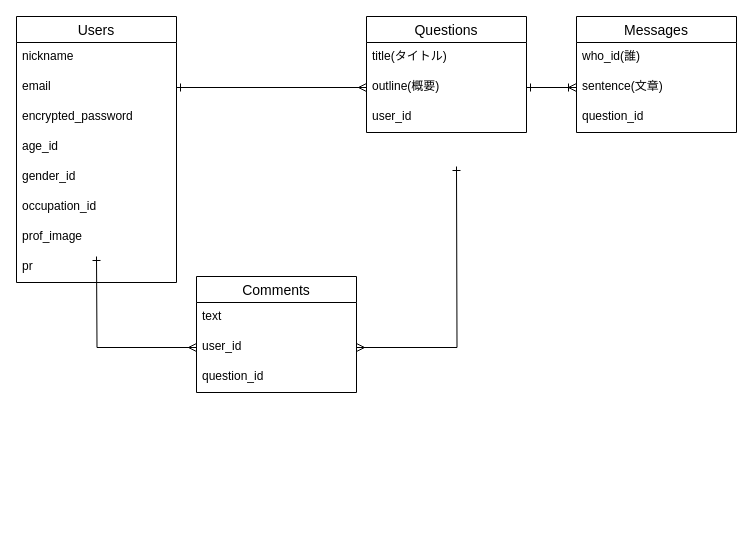
Above: er.dio in hiroaki-inori/original-app (draw.io), before the change. Source tidied: cells renumbered, new cells numbered last; positions are measured from the earlier drawing's top-left corner, leaving out a move shared by most shapes. Both pictures are drawn from the tidied source at 100%, with x=0, y=0 at pixel (16, 16).
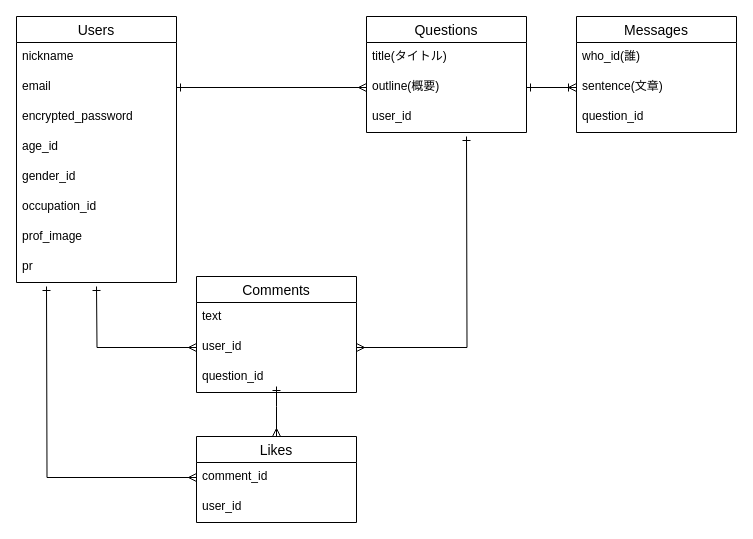
After the change.

Unchanged cells that the change refers to:
```xml
<mxCell id="4" value="user_id" style="text;strokeColor=none;fillColor=none;spacingLeft=4;spacingRight=4;overflow=hidden;points=[[0,0.5],[1,0.5]];portConstraint=eastwest;fontSize=12;" parent="2" vertex="1">
  <mxGeometry y="56" width="160" height="30" as="geometry" />
</mxCell>
<mxCell id="5" value="question_id" style="text;strokeColor=none;fillColor=none;spacingLeft=4;spacingRight=4;overflow=hidden;points=[[0,0.5],[1,0.5]];portConstraint=eastwest;fontSize=12;" parent="2" vertex="1">
  <mxGeometry y="86" width="160" height="30" as="geometry" />
</mxCell>
```

The edit, as a diff of the source:
```diff
@@
     <mxCell id="20" style="edgeStyle=orthogonalEdgeStyle;rounded=0;jettySize=auto;html=1;exitX=1;exitY=0.5;exitDx=0;exitDy=0;startArrow=ERmany;startFill=0;endArrow=ERone;endFill=0;" parent="1" edge="1" source="4">
       <mxGeometry relative="1" as="geometry">
-        <mxPoint x="440" y="150" as="targetPoint" />
+        <mxPoint x="450" y="120" as="targetPoint" />
       </mxGeometry>
     </mxCell>
     <mxCell id="21" style="edgeStyle=orthogonalEdgeStyle;rounded=0;jettySize=auto;html=1;exitX=0;exitY=0.5;exitDx=0;exitDy=0;startArrow=ERmany;startFill=0;endArrow=ERone;endFill=0;" parent="1" edge="1" source="4">
       <mxGeometry relative="1" as="geometry">
-        <mxPoint x="80" y="240" as="targetPoint" />
+        <mxPoint x="80" y="270" as="targetPoint" />
       </mxGeometry>
     </mxCell>
@@
+    <mxCell id="27" style="edgeStyle=orthogonalEdgeStyle;rounded=0;jettySize=auto;html=1;entryX=0.5;entryY=0.8;entryDx=0;entryDy=0;entryPerimeter=0;startArrow=ERmany;startFill=0;endArrow=ERone;endFill=0;" parent="1" edge="1" source="28" target="5">
+      <mxGeometry relative="1" as="geometry">
+        <Array as="points">
+          <mxPoint x="260" y="390" />
+          <mxPoint x="260" y="390" />
+        </Array>
+      </mxGeometry>
+    </mxCell>
+    <mxCell id="28" value="Likes" style="swimlane;fontStyle=0;horizontal=1;startSize=26;align=center;fontSize=14;" parent="1" vertex="1">
+      <mxGeometry x="180" y="420" width="160" height="86" as="geometry" />
+    </mxCell>
+    <mxCell id="29" value="comment_id" style="text;strokeColor=none;fillColor=none;spacingLeft=4;spacingRight=4;overflow=hidden;points=[[0,0.5],[1,0.5]];portConstraint=eastwest;fontSize=12;" parent="28" vertex="1">
+      <mxGeometry y="26" width="160" height="30" as="geometry" />
+    </mxCell>
+    <mxCell id="30" value="user_id" style="text;strokeColor=none;fillColor=none;spacingLeft=4;spacingRight=4;overflow=hidden;fontSize=12;" parent="28" vertex="1">
+      <mxGeometry y="56" width="160" height="30" as="geometry" />
+    </mxCell>
+    <mxCell id="31" style="edgeStyle=orthogonalEdgeStyle;rounded=0;jettySize=auto;html=1;exitX=0;exitY=0.5;exitDx=0;exitDy=0;startArrow=ERmany;startFill=0;endArrow=ERone;endFill=0;" parent="1" edge="1" source="29">
+      <mxGeometry relative="1" as="geometry">
+        <mxPoint x="30" y="270" as="targetPoint" />
+      </mxGeometry>
+    </mxCell>
```
